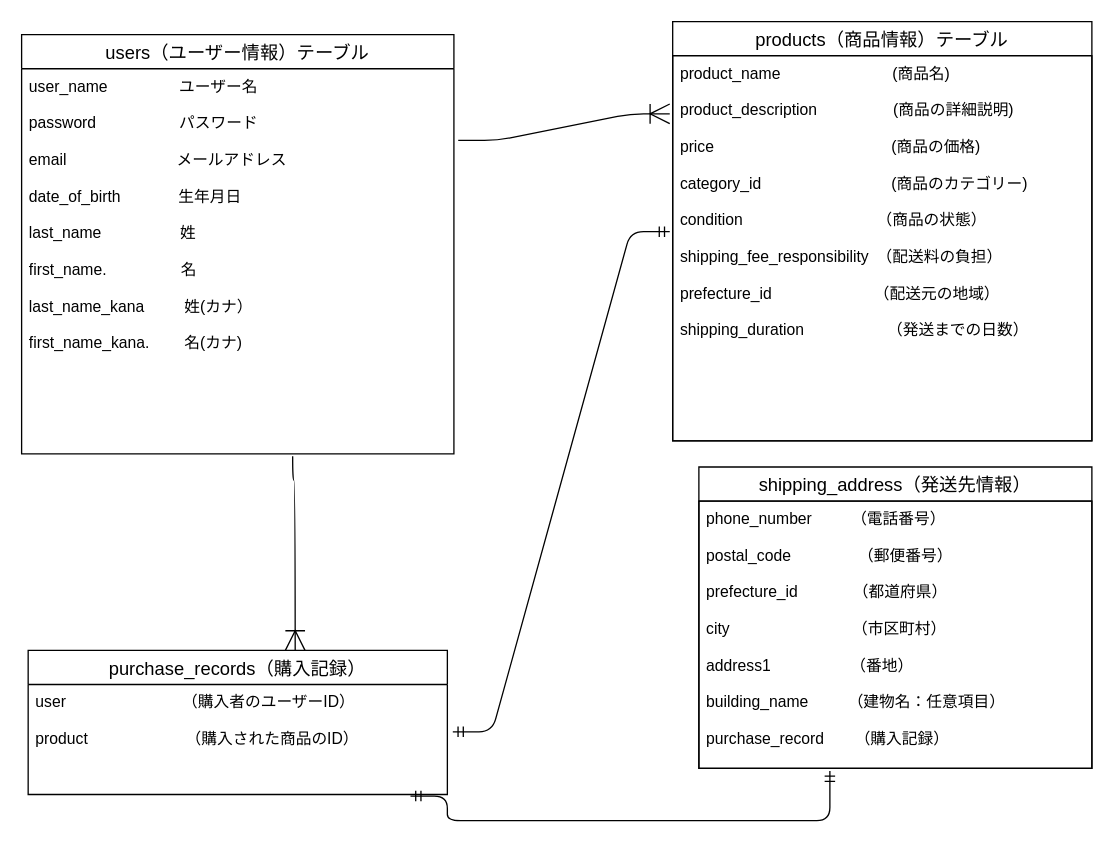
Before: test.dio in yoshimune1126/furima-41310, a draw.io diagram. Source tidied: cells renumbered, new cells numbered last; positions are measured from the earlier drawing's top-left corner, leaving out a move shared by most shapes. Both pictures are drawn from the tidied source at 131%, with x=0, y=0 at pixel (21, 21).
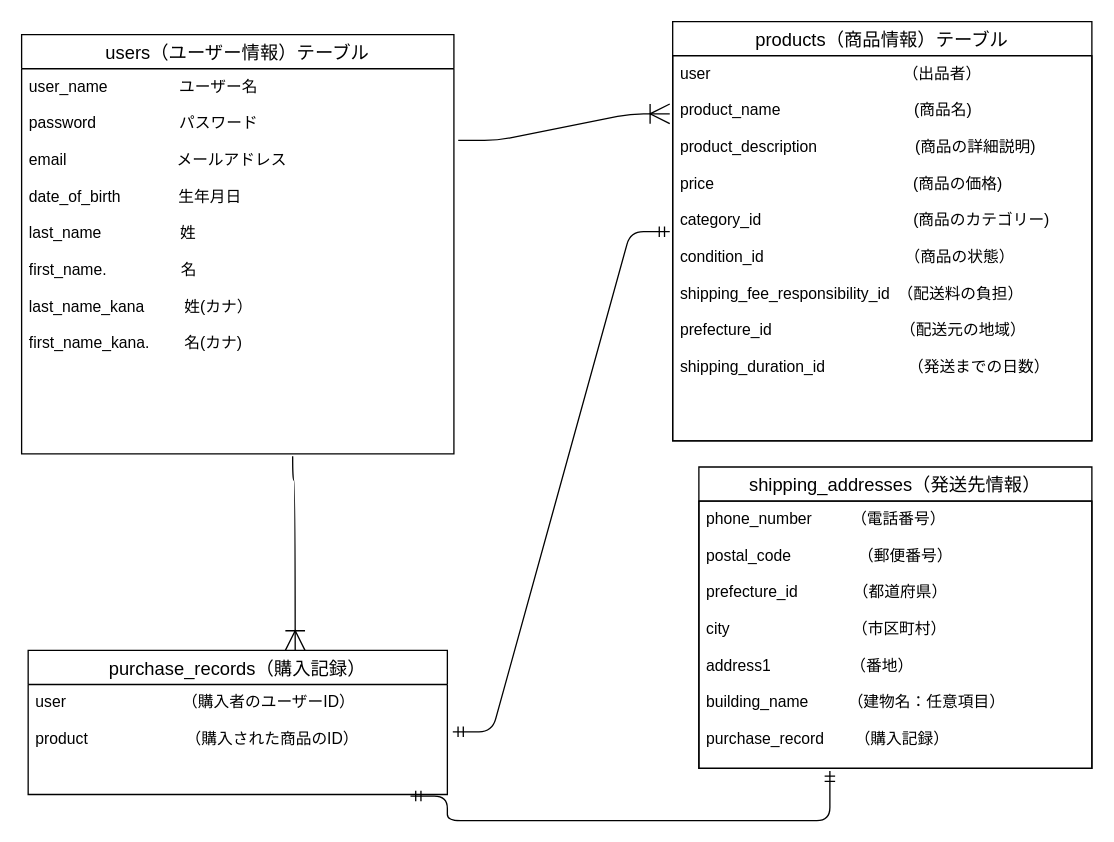
Above is the later version.

Commit message (it also covers changes not shown here):
ER図とREADME修正3回目

The change refers to these unchanged cells:
```xml
<mxCell id="5" value="products（商品情報）テーブル" style="swimlane;fontStyle=0;horizontal=1;startSize=26;align=center;fontSize=14;labelBackgroundColor=none;strokeColor=default;fillColor=default;" parent="1" vertex="1">
  <mxGeometry x="497" width="320" height="320" as="geometry" />
</mxCell>
```

Diff of the diagram source:
```diff
@@
-    <mxCell id="6" value="product_name 　　　　  　　 (商品名)&#10;&#10;product_description 　　　　  (商品の詳細説明)&#10;&#10;price 　　　　　　　　　　　(商品の価格)&#10;　　&#10;category_id　　　　　　　　 (商品のカテゴリー)&#10;&#10;condition　　　　　　　　　（商品の状態）&#10;&#10;shipping_fee_responsibility　（配送料の負担）&#10;&#10;prefecture_id　　　　　　　（配送元の地域）&#10;&#10;shipping_duration　　　　　 （発送までの日数）　" style="text;strokeColor=default;fillColor=none;spacingLeft=4;spacingRight=4;overflow=hidden;points=[[0,0.5],[1,0.5]];portConstraint=eastwest;fontSize=12;labelBackgroundColor=none;labelBorderColor=none;" parent="5" vertex="1">
+    <mxCell id="6" value="user                                            （出品者）&#10;&#10;product_name 　　　　  　     　 (商品名)&#10;&#10;product_description 　　　   　    (商品の詳細説明)&#10;&#10;price 　　　　　　　　　　     　(商品の価格)&#10;　　&#10;category_id　　　　　　　     　 (商品のカテゴリー)&#10;&#10;condition_id　　　　　　　       （商品の状態）&#10;&#10;shipping_fee_responsibility_id　（配送料の負担）&#10;&#10;prefecture_id　　　　　　      　（配送元の地域）&#10;&#10;shipping_duration_id　　　　　 （発送までの日数）　" style="text;strokeColor=default;fillColor=none;spacingLeft=4;spacingRight=4;overflow=hidden;points=[[0,0.5],[1,0.5]];portConstraint=eastwest;fontSize=12;labelBackgroundColor=none;labelBorderColor=none;" parent="5" vertex="1">
       <mxGeometry y="26" width="320" height="294" as="geometry" />
     </mxCell>
-    <mxCell id="7" value="shipping_address（発送先情報）" style="swimlane;fontStyle=0;horizontal=1;startSize=26;align=center;fontSize=14;labelBackgroundColor=none;labelBorderColor=none;strokeColor=default;fillColor=default;" parent="1" vertex="1">
+    <mxCell id="7" value="shipping_addresses（発送先情報）" style="swimlane;fontStyle=0;horizontal=1;startSize=26;align=center;fontSize=14;labelBackgroundColor=none;labelBorderColor=none;strokeColor=default;fillColor=default;" parent="1" vertex="1">
       <mxGeometry x="517" y="340" width="300" height="230" as="geometry" />
     </mxCell>
```
